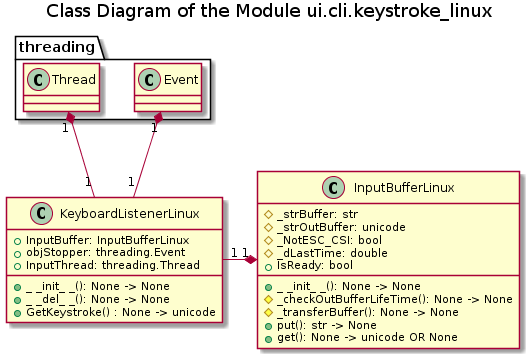
The PlantUML diagram docs/UML/ui/cli/keystroke_linux_py/class_diagram.png in FooBarShebang/sudoku_py, before a commit. Source of this version:
```plantuml
@startuml

title Class Diagram of the Module ui.cli.keystroke_linux

namespace threading {
    class Event

    class Thread
}
















class KeyboardListenerLinux {
    + InputBuffer: InputBufferLinux
    + objStopper: threading.Event
    + InputThread: threading.Thread
    __
    + _ _init_ _(): None -> None
    + _ _del_ _(): None -> None
    + GetKeystroke() : None -> unicode
}



class InputBufferLinux {
    # _strBuffer: str
    # _strOutBuffer: unicode
    # _NotESC_CSI: bool
    # _dLastTime: double
    + IsReady: bool
    __
    + _ _init_ _(): None -> None
    # _checkOutBufferLifeTime(): None -> None
    # _transferBuffer(): None -> None
    + put(): str -> None
    + get(): None -> unicode OR None
}

threading.Event "1" *-- "1" KeyboardListenerLinux

threading.Thread "1" *-- "1" KeyboardListenerLinux

KeyboardListenerLinux "1" -* "1" InputBufferLinux

@enduml
```
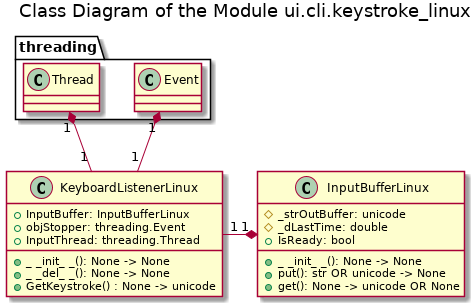
After the commit.

The edit, as a diff of the source:
```diff
@@ -36,16 +36,12 @@
 
 
 class InputBufferLinux {
-    # _strBuffer: str
     # _strOutBuffer: unicode
-    # _NotESC_CSI: bool
     # _dLastTime: double
     + IsReady: bool
     __
     + _ _init_ _(): None -> None
-    # _checkOutBufferLifeTime(): None -> None
-    # _transferBuffer(): None -> None
-    + put(): str -> None
+    + put(): str OR unicode -> None
     + get(): None -> unicode OR None
 }
 
```
